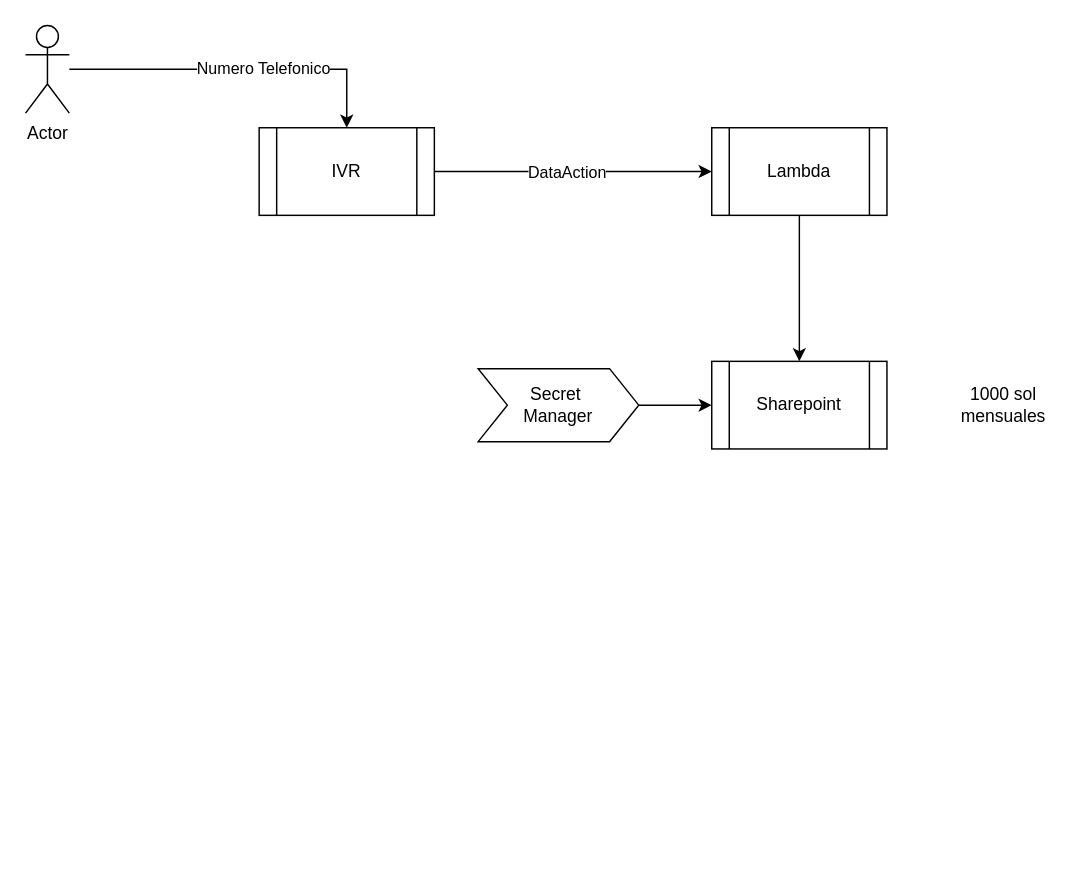
This is Diagrama OSC.drawio from nonate/personalProject, a draw.io file, before an edit. Source tidied: cells renumbered, new cells numbered last; positions are measured from the earlier drawing's top-left corner, leaving out a move shared by most shapes. Both pictures are drawn from the tidied source at 146%, with x=0, y=0 at pixel (25, 25).
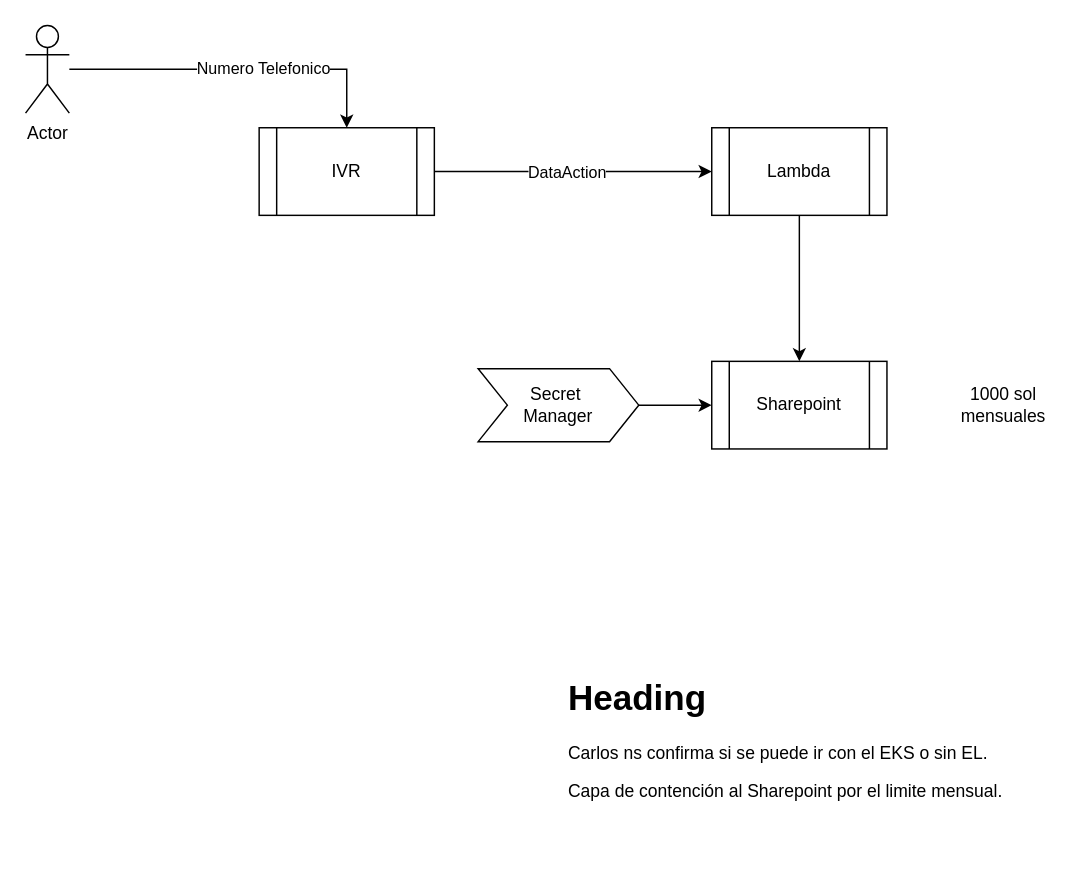
The same diagram, later.

What changed in the source:
```diff
@@
 <mxGraphModel>
   <root>
     <mxCell id="0" />
     <mxCell id="1" parent="0" />
     <mxCell id="2" style="edgeStyle=orthogonalEdgeStyle;rounded=0;jettySize=auto;html=1;" parent="1" edge="1" source="4" target="9">
       <mxGeometry relative="1" as="geometry" />
     </mxCell>
     <mxCell id="3" value="DataAction" style="edgeLabel;html=1;align=center;verticalAlign=middle;" parent="2" vertex="1">
       <mxGeometry x="-0.2" y="-1" relative="1" as="geometry">
         <mxPoint x="14" y="-1" as="offset" />
       </mxGeometry>
     </mxCell>
     <mxCell id="4" value="IVR" style="shape=process;whiteSpace=wrap;html=1;backgroundOutline=1;" parent="1" vertex="1">
       <mxGeometry x="160" y="70" width="120" height="60" as="geometry" />
     </mxCell>
     <mxCell id="5" style="edgeStyle=orthogonalEdgeStyle;rounded=0;jettySize=auto;html=1;entryX=0.5;entryY=0;entryDx=0;entryDy=0;" parent="1" edge="1" source="7" target="4">
       <mxGeometry relative="1" as="geometry" />
     </mxCell>
     <mxCell id="6" value="Numero Telefonico" style="edgeLabel;html=1;align=center;verticalAlign=middle;" parent="5" vertex="1">
       <mxGeometry x="0.15" y="-4" relative="1" as="geometry">
         <mxPoint y="-5" as="offset" />
       </mxGeometry>
     </mxCell>
     <mxCell id="7" value="Actor" style="shape=umlActor;verticalLabelPosition=bottom;verticalAlign=top;html=1;outlineConnect=0;" parent="1" vertex="1">
       <mxGeometry width="30" height="60" as="geometry" />
     </mxCell>
     <mxCell id="8" style="edgeStyle=orthogonalEdgeStyle;rounded=0;jettySize=auto;html=1;" parent="1" edge="1" source="9" target="10">
       <mxGeometry relative="1" as="geometry" />
     </mxCell>
     <mxCell id="9" value="Lambda" style="shape=process;whiteSpace=wrap;html=1;backgroundOutline=1;" parent="1" vertex="1">
       <mxGeometry x="470" y="70" width="120" height="60" as="geometry" />
     </mxCell>
     <mxCell id="10" value="Sharepoint" style="shape=process;whiteSpace=wrap;html=1;backgroundOutline=1;" parent="1" vertex="1">
       <mxGeometry x="470" y="230" width="120" height="60" as="geometry" />
     </mxCell>
     <mxCell id="11" value="1000 sol mensuales" style="text;html=1;align=center;verticalAlign=middle;whiteSpace=wrap;rounded=0;" parent="1" vertex="1">
       <mxGeometry x="640" y="245" width="60" height="30" as="geometry" />
     </mxCell>
     <mxCell id="12" style="edgeStyle=orthogonalEdgeStyle;rounded=0;jettySize=auto;html=1;entryX=0;entryY=0.5;entryDx=0;entryDy=0;" parent="1" edge="1" source="13" target="10">
       <mxGeometry relative="1" as="geometry" />
     </mxCell>
     <mxCell id="13" value="Secret&amp;nbsp;&lt;div&gt;Manager&lt;/div&gt;" style="shape=step;perimeter=stepPerimeter;whiteSpace=wrap;html=1;fixedSize=1;" parent="1" vertex="1">
       <mxGeometry x="310" y="235" width="110" height="50" as="geometry" />
     </mxCell>
+    <mxCell id="14" value="&lt;h1 style=&quot;margin-top: 0px;&quot;&gt;Heading&lt;/h1&gt;&lt;p&gt;Carlos ns confirma si se puede ir con el EKS o sin EL.&lt;/p&gt;&lt;p&gt;Capa de contención al Sharepoint por el limite mensual.&amp;nbsp;&lt;/p&gt;" style="text;html=1;whiteSpace=wrap;overflow=hidden;rounded=0;" parent="1" vertex="1">
+      <mxGeometry x="370" y="440" width="320" height="120" as="geometry" />
+    </mxCell>
   </root>
 </mxGraphModel>
```
